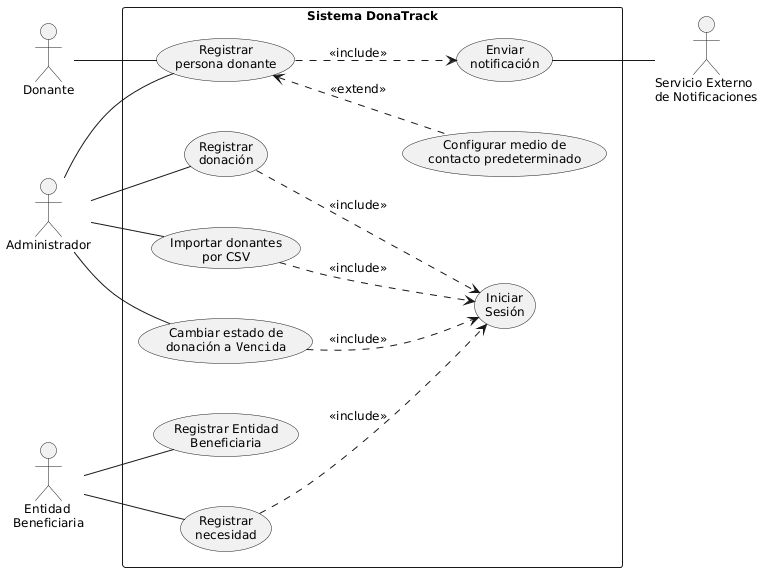
Above: PRIMERA ENTREGA/diagramaDeCasosDeUso.png in snmaccio-dev/TPA-DDS (PlantUML), before the change. Its diagram source:
```plantuml
@startuml
left to right direction
skinparam packageStyle rectangle


skinparam defaultFontSize 12
skinparam nodesep 50
skinparam ranksep 30

actor "Donante" as donante
actor "Administrador" as admin
actor "   Entidad\nBeneficiaria" as entidad
actor "Servicio Externo\nde Notificaciones" as servicio


rectangle "Sistema DonaTrack" {
    usecase "Iniciar\nSesión"                          as UC0
    usecase "Registrar\npersona donante"                          as UC4
    usecase "Configurar medio de\ncontacto predeterminado"        as UC3

    usecase "Registrar\ndonación"                                 as UC5
    usecase "Importar donantes\npor CSV"                          as UC6


    usecase "Cambiar estado de\ndonación a ""Vencida"""           as UC9

  usecase "Registrar Entidad\nBeneficiaria" as UC10

    usecase "Registrar\nnecesidad"                                as UC12


    usecase "Enviar\nnotificación"                                as UC14

}

donante -- UC4

admin -- UC4
admin -- UC5
admin -- UC6

admin -- UC9

entidad -- UC10
entidad -- UC12

UC14 -- servicio

UC4 <.. UC3 : <<extend>>
UC4 ..> UC14 : <<include>>


UC5 ..> UC0 : <<include>>
UC6 ..> UC0 : <<include>>
UC9 ..> UC0 : <<include>>
UC12 ..> UC0 : <<include>>
@enduml
```
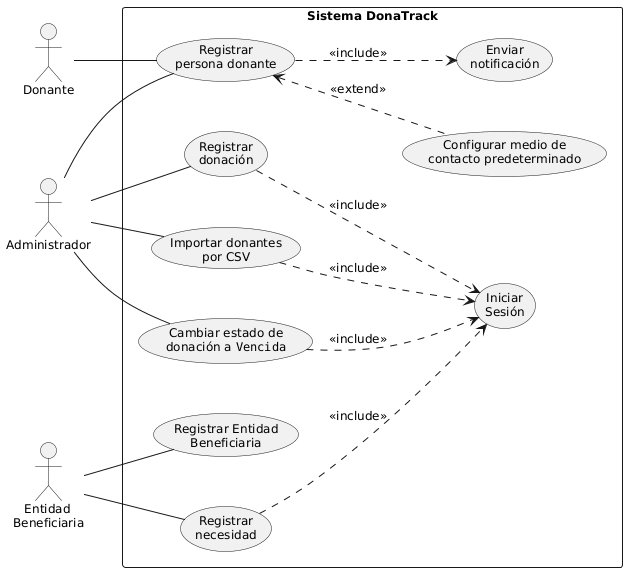
After the change.

Commit message:
corrijo diagrama CU

What changed in the source:
```diff
@@ -10,7 +10,6 @@
 actor "Donante" as donante
 actor "Administrador" as admin
 actor "   Entidad\nBeneficiaria" as entidad
-actor "Servicio Externo\nde Notificaciones" as servicio
 
 
 rectangle "Sistema DonaTrack" {
@@ -44,7 +43,6 @@
 entidad -- UC10
 entidad -- UC12
 
-UC14 -- servicio
 
 UC4 <.. UC3 : <<extend>>
 UC4 ..> UC14 : <<include>>
```
